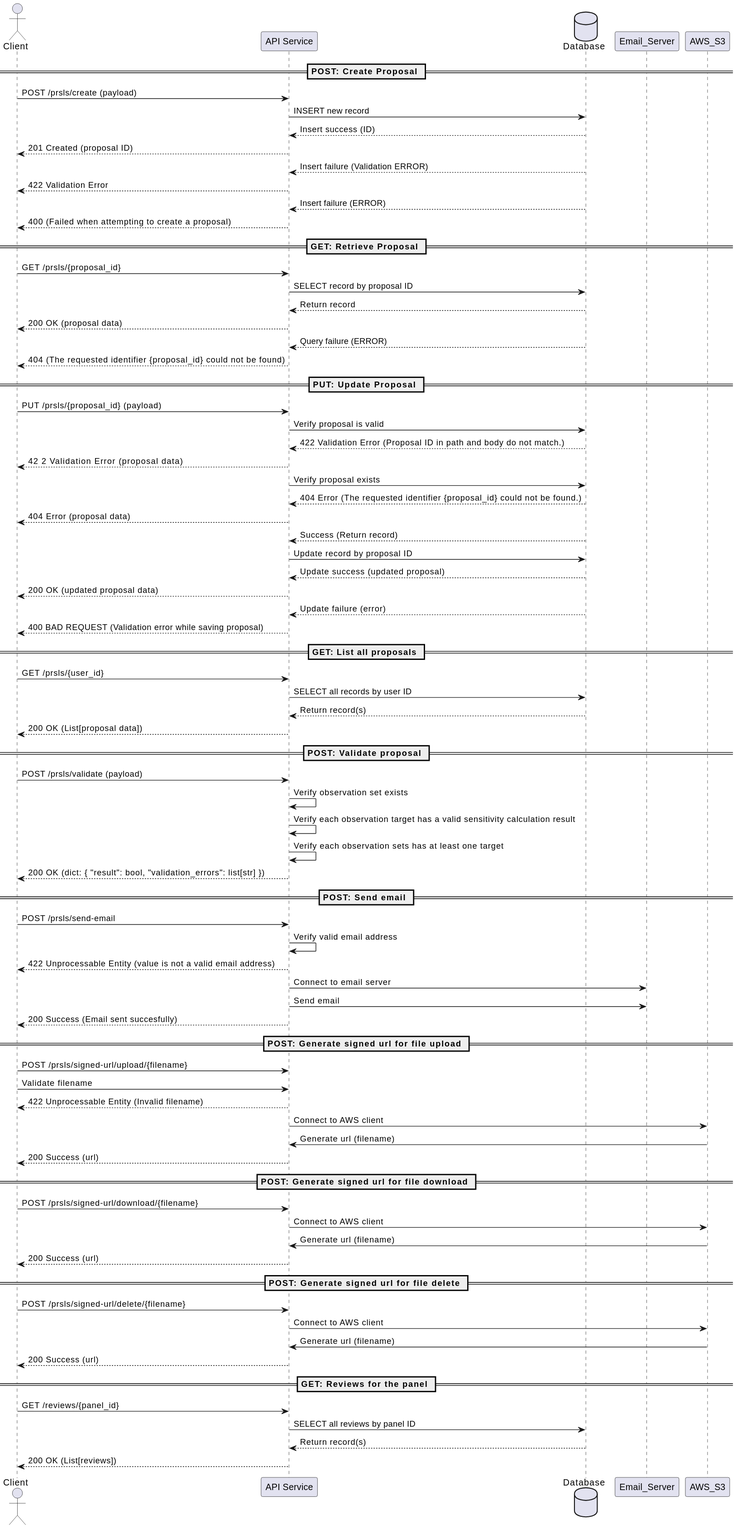
Earlier version of the PlantUML export docs/src/internal/diagrams/ppt_endpoints.svg (ska-telescope/ska-oso-services).
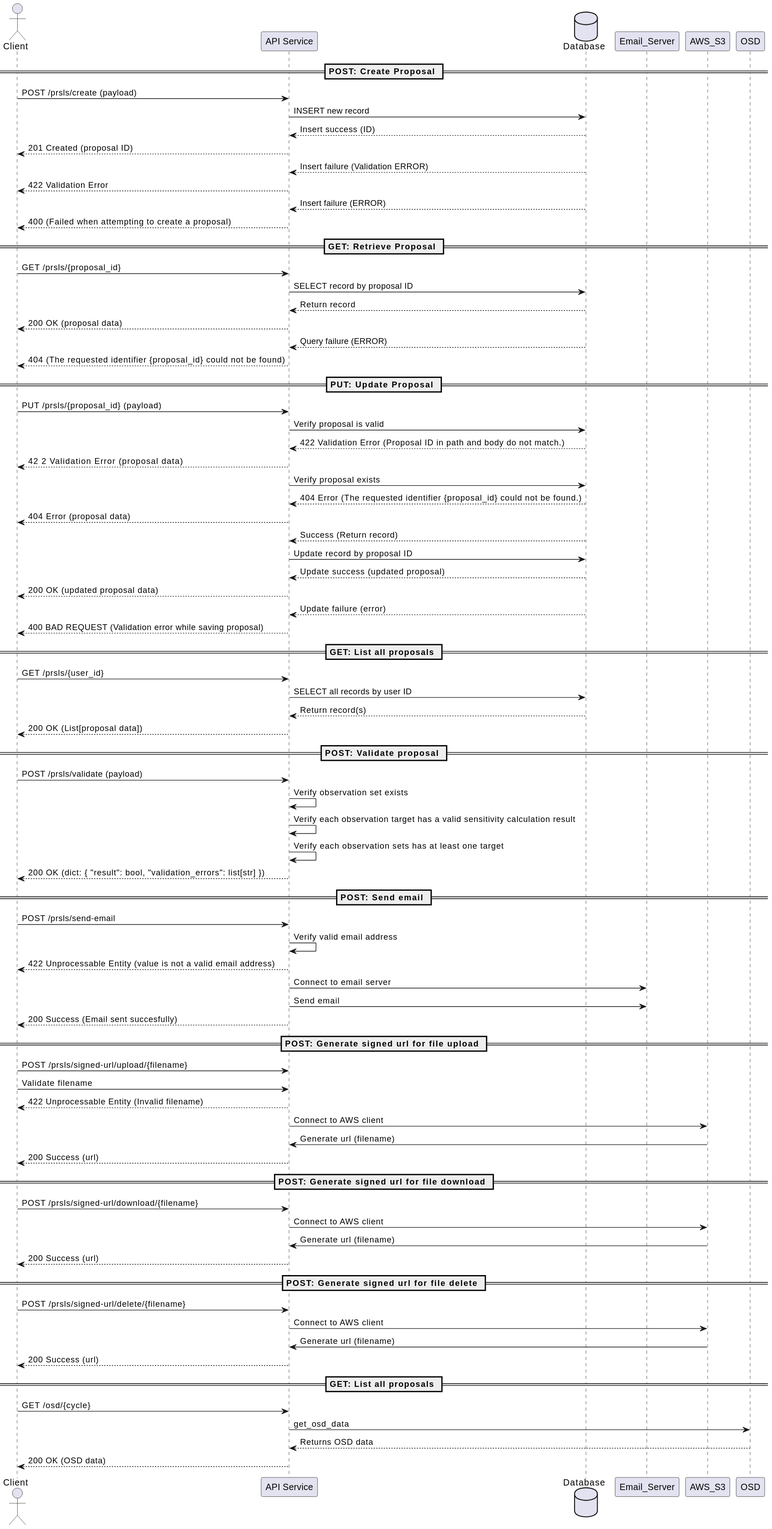
After the commit.

What changed in the source:
```diff
@@ -67,9 +67,9 @@
 Service -> AWS_S3: Connect to AWS client
 AWS_S3 -> Service: Generate url (filename)
 Service --> Client: 200 Success (url)
-== GET: Reviews for the panel ==
-Client -> Service: GET /reviews/{panel_id}
-Service -> DB: SELECT all reviews by panel ID
-DB --> Service: Return record(s)
-Service --> Client: 200 OK (List[reviews])
+== GET: List all proposals ==
+Client -> Service: GET /osd/{cycle}
+Service -> OSD: get_osd_data
+OSD --> Service: Returns OSD data
+Service --> Client: 200 OK (OSD data)
 @enduml
```
